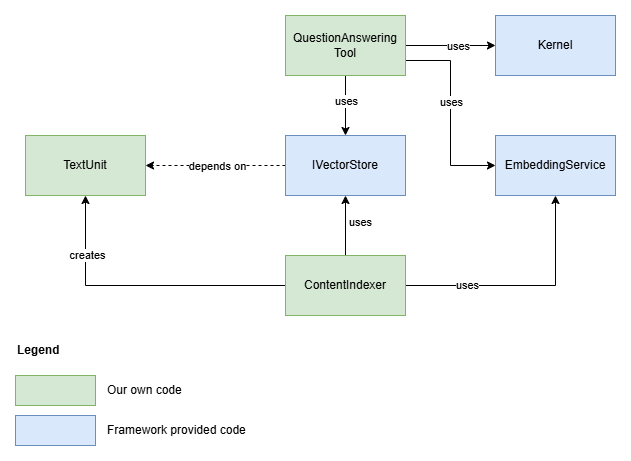
This is manuscript/resources/end-to-end-rag-pipeline.png from wmeints/effective-llm-applications, a draw.io export, as it was before one commit. Source tidied: cells renumbered, new cells last; positions are measured from the earlier drawing's top-left corner, leaving out a move shared by most shapes.
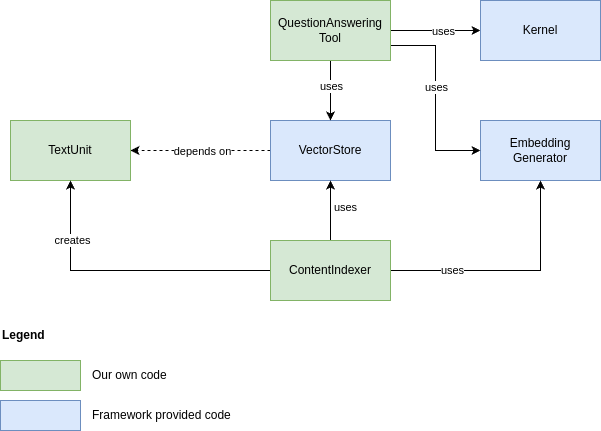
The same file after the commit.

What changed in the source:
```diff
@@ -10,13 +10,13 @@
         <mxPoint x="-17" y="1" as="offset" />
       </mxGeometry>
     </mxCell>
-    <mxCell id="4" value="IVectorStore" style="rounded=0;whiteSpace=wrap;html=1;fillColor=#dae8fc;strokeColor=#6c8ebf;" parent="1" vertex="1">
+    <mxCell id="4" value="VectorStore" style="rounded=0;whiteSpace=wrap;html=1;fillColor=#dae8fc;strokeColor=#6c8ebf;" parent="1" vertex="1">
       <mxGeometry x="270" y="120" width="120" height="60" as="geometry" />
     </mxCell>
     <mxCell id="5" value="TextUnit" style="rounded=0;whiteSpace=wrap;html=1;fillColor=#d5e8d4;strokeColor=#82b366;" parent="1" vertex="1">
       <mxGeometry x="10" y="120" width="120" height="60" as="geometry" />
     </mxCell>
-    <mxCell id="6" value="EmbeddingService" style="rounded=0;whiteSpace=wrap;html=1;fillColor=#dae8fc;strokeColor=#6c8ebf;" parent="1" vertex="1">
+    <mxCell id="6" value="Embedding&lt;div&gt;Generator&lt;/div&gt;" style="rounded=0;whiteSpace=wrap;html=1;fillColor=#dae8fc;strokeColor=#6c8ebf;" parent="1" vertex="1">
       <mxGeometry x="480" y="120" width="120" height="60" as="geometry" />
     </mxCell>
     <mxCell id="7" style="edgeStyle=orthogonalEdgeStyle;rounded=0;jettySize=auto;html=1;" parent="1" edge="1" source="13" target="4">
```
